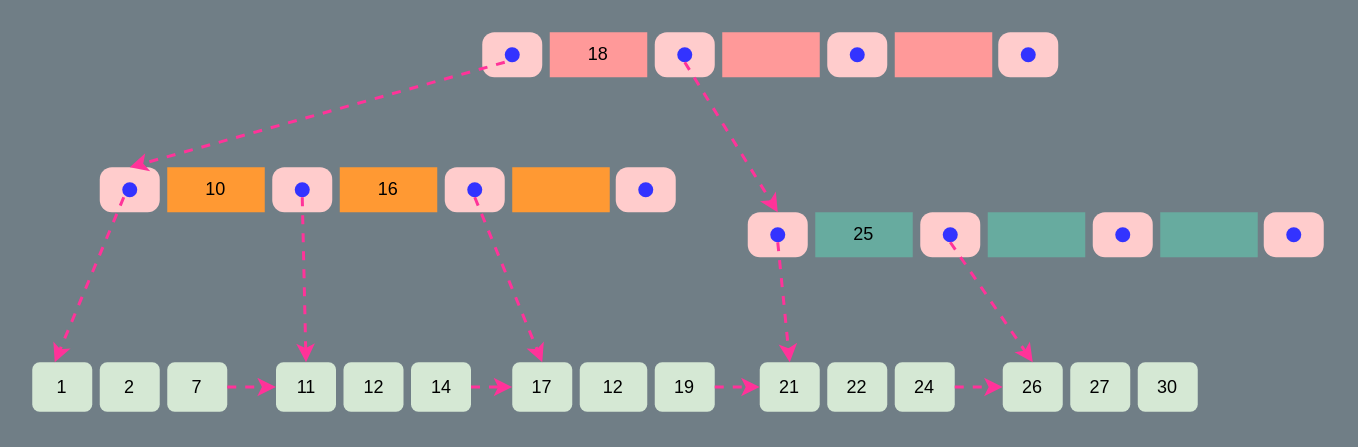
This is bplustree.drawio from happyxhw/drawio, a draw.io file, before an edit. Source tidied: cells renumbered, new cells numbered last; positions are measured from the earlier drawing's top-left corner, leaving out a move shared by most shapes. Both pictures are drawn from the tidied source at 150%, with x=0, y=0 at pixel (32, 32).
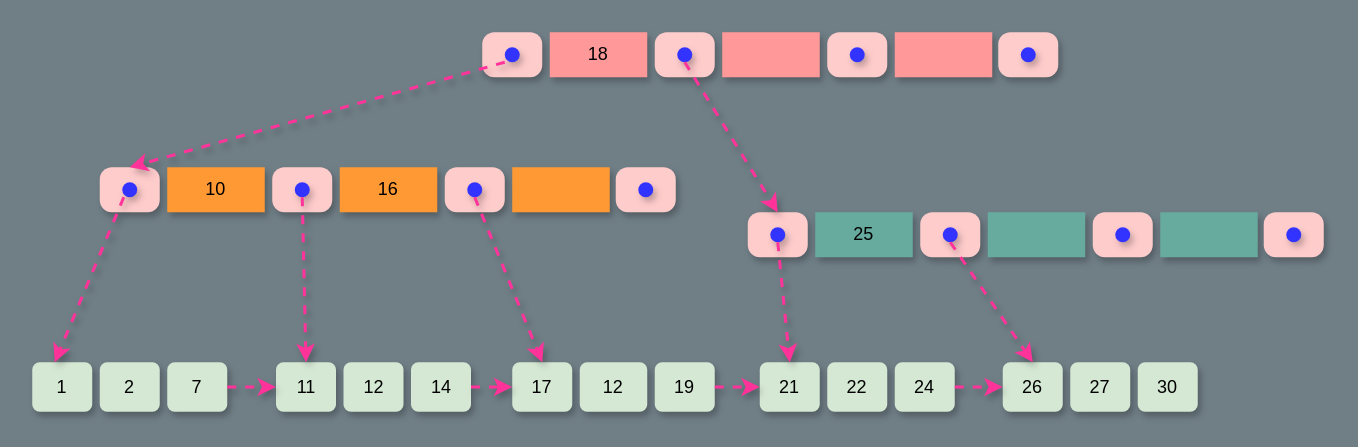
The same diagram, later.

The edit, as a diff of the source:
```diff
@@
-    <mxCell id="2" style="rounded=1;whiteSpace=wrap;html=1;arcSize=27;strokeColor=none;fillColor=#FFCCCC;" parent="1" vertex="1">
+    <mxCell id="2" style="rounded=1;whiteSpace=wrap;html=1;arcSize=27;strokeColor=none;fillColor=#FFCCCC;sketch=0;shadow=1;" parent="1" vertex="1">
       <mxGeometry x="300" width="40" height="30" as="geometry" />
     </mxCell>
-    <mxCell id="3" value="18" style="rounded=0;whiteSpace=wrap;html=1;fillColor=#FF9999;strokeColor=none;" parent="1" vertex="1">
+    <mxCell id="3" value="18" style="rounded=0;whiteSpace=wrap;html=1;fillColor=#FF9999;strokeColor=none;sketch=0;shadow=1;" parent="1" vertex="1">
       <mxGeometry x="345" width="65" height="30" as="geometry" />
     </mxCell>
-    <mxCell id="4" style="ellipse;whiteSpace=wrap;html=1;fillColor=#3333FF;strokeColor=none;" parent="1" vertex="1">
+    <mxCell id="4" style="ellipse;whiteSpace=wrap;html=1;fillColor=#3333FF;strokeColor=none;sketch=0;shadow=1;" parent="1" vertex="1">
       <mxGeometry x="315" y="10" width="10" height="10" as="geometry" />
     </mxCell>
-    <mxCell id="5" style="rounded=1;whiteSpace=wrap;html=1;arcSize=27;strokeColor=none;fillColor=#FFCCCC;" parent="1" vertex="1">
+    <mxCell id="5" style="rounded=1;whiteSpace=wrap;html=1;arcSize=27;strokeColor=none;fillColor=#FFCCCC;sketch=0;shadow=1;" parent="1" vertex="1">
       <mxGeometry x="415" width="40" height="30" as="geometry" />
     </mxCell>
-    <mxCell id="6" style="ellipse;whiteSpace=wrap;html=1;fillColor=#3333FF;strokeColor=none;" parent="1" vertex="1">
+    <mxCell id="6" style="ellipse;whiteSpace=wrap;html=1;fillColor=#3333FF;strokeColor=none;sketch=0;shadow=1;" parent="1" vertex="1">
       <mxGeometry x="430" y="10" width="10" height="10" as="geometry" />
     </mxCell>
-    <mxCell id="7" style="rounded=0;whiteSpace=wrap;html=1;fillColor=#FF9999;strokeColor=none;" parent="1" vertex="1">
+    <mxCell id="7" style="rounded=0;whiteSpace=wrap;html=1;fillColor=#FF9999;strokeColor=none;sketch=0;shadow=1;" parent="1" vertex="1">
       <mxGeometry x="460" width="65" height="30" as="geometry" />
     </mxCell>
-    <mxCell id="8" style="rounded=1;whiteSpace=wrap;html=1;arcSize=27;strokeColor=none;fillColor=#FFCCCC;" parent="1" vertex="1">
+    <mxCell id="8" style="rounded=1;whiteSpace=wrap;html=1;arcSize=27;strokeColor=none;fillColor=#FFCCCC;sketch=0;shadow=1;" parent="1" vertex="1">
       <mxGeometry x="530" width="40" height="30" as="geometry" />
     </mxCell>
-    <mxCell id="9" style="ellipse;whiteSpace=wrap;html=1;fillColor=#3333FF;strokeColor=none;" parent="1" vertex="1">
+    <mxCell id="9" style="ellipse;whiteSpace=wrap;html=1;fillColor=#3333FF;strokeColor=none;sketch=0;shadow=1;" parent="1" vertex="1">
       <mxGeometry x="545" y="10" width="10" height="10" as="geometry" />
     </mxCell>
-    <mxCell id="10" style="rounded=0;whiteSpace=wrap;html=1;fillColor=#FF9999;strokeColor=none;" parent="1" vertex="1">
+    <mxCell id="10" style="rounded=0;whiteSpace=wrap;html=1;fillColor=#FF9999;strokeColor=none;sketch=0;shadow=1;" parent="1" vertex="1">
       <mxGeometry x="575" width="65" height="30" as="geometry" />
     </mxCell>
-    <mxCell id="11" style="rounded=1;whiteSpace=wrap;html=1;arcSize=27;strokeColor=none;fillColor=#FFCCCC;" parent="1" vertex="1">
+    <mxCell id="11" style="rounded=1;whiteSpace=wrap;html=1;arcSize=27;strokeColor=none;fillColor=#FFCCCC;sketch=0;shadow=1;" parent="1" vertex="1">
       <mxGeometry x="644" width="40" height="30" as="geometry" />
     </mxCell>
-    <mxCell id="12" style="ellipse;whiteSpace=wrap;html=1;fillColor=#3333FF;strokeColor=none;" parent="1" vertex="1">
+    <mxCell id="12" style="ellipse;whiteSpace=wrap;html=1;fillColor=#3333FF;strokeColor=none;sketch=0;shadow=1;" parent="1" vertex="1">
       <mxGeometry x="659" y="10" width="10" height="10" as="geometry" />
     </mxCell>
-    <mxCell id="13" style="rounded=1;whiteSpace=wrap;html=1;arcSize=27;strokeColor=none;fillColor=#FFCCCC;" parent="1" vertex="1">
+    <mxCell id="13" style="rounded=1;whiteSpace=wrap;html=1;arcSize=27;strokeColor=none;fillColor=#FFCCCC;sketch=0;shadow=1;" parent="1" vertex="1">
       <mxGeometry x="45" y="90" width="40" height="30" as="geometry" />
     </mxCell>
-    <mxCell id="14" value="10" style="rounded=0;whiteSpace=wrap;html=1;fillColor=#FF9933;strokeColor=none;" parent="1" vertex="1">
+    <mxCell id="14" value="10" style="rounded=0;whiteSpace=wrap;html=1;fillColor=#FF9933;strokeColor=none;sketch=0;shadow=1;" parent="1" vertex="1">
       <mxGeometry x="90" y="90" width="65" height="30" as="geometry" />
     </mxCell>
-    <mxCell id="15" style="ellipse;whiteSpace=wrap;html=1;fillColor=#3333FF;strokeColor=none;" parent="1" vertex="1">
+    <mxCell id="15" style="ellipse;whiteSpace=wrap;html=1;fillColor=#3333FF;strokeColor=none;sketch=0;shadow=1;" parent="1" vertex="1">
       <mxGeometry x="60" y="100" width="10" height="10" as="geometry" />
     </mxCell>
-    <mxCell id="16" style="rounded=1;whiteSpace=wrap;html=1;arcSize=27;strokeColor=none;fillColor=#FFCCCC;" parent="1" vertex="1">
+    <mxCell id="16" style="rounded=1;whiteSpace=wrap;html=1;arcSize=27;strokeColor=none;fillColor=#FFCCCC;sketch=0;shadow=1;" parent="1" vertex="1">
       <mxGeometry x="160" y="90" width="40" height="30" as="geometry" />
     </mxCell>
-    <mxCell id="17" style="ellipse;whiteSpace=wrap;html=1;fillColor=#3333FF;strokeColor=none;" parent="1" vertex="1">
+    <mxCell id="17" style="ellipse;whiteSpace=wrap;html=1;fillColor=#3333FF;strokeColor=none;sketch=0;shadow=1;" parent="1" vertex="1">
       <mxGeometry x="175" y="100" width="10" height="10" as="geometry" />
     </mxCell>
-    <mxCell id="18" value="16" style="rounded=0;whiteSpace=wrap;html=1;fillColor=#FF9933;strokeColor=none;" parent="1" vertex="1">
+    <mxCell id="18" value="16" style="rounded=0;whiteSpace=wrap;html=1;fillColor=#FF9933;strokeColor=none;sketch=0;shadow=1;" parent="1" vertex="1">
       <mxGeometry x="205" y="90" width="65" height="30" as="geometry" />
     </mxCell>
-    <mxCell id="19" style="rounded=1;whiteSpace=wrap;html=1;arcSize=27;strokeColor=none;fillColor=#FFCCCC;" parent="1" vertex="1">
+    <mxCell id="19" style="rounded=1;whiteSpace=wrap;html=1;arcSize=27;strokeColor=none;fillColor=#FFCCCC;sketch=0;shadow=1;" parent="1" vertex="1">
       <mxGeometry x="275" y="90" width="40" height="30" as="geometry" />
     </mxCell>
-    <mxCell id="20" style="ellipse;whiteSpace=wrap;html=1;fillColor=#3333FF;strokeColor=none;" parent="1" vertex="1">
+    <mxCell id="20" style="ellipse;whiteSpace=wrap;html=1;fillColor=#3333FF;strokeColor=none;sketch=0;shadow=1;" parent="1" vertex="1">
       <mxGeometry x="290" y="100" width="10" height="10" as="geometry" />
     </mxCell>
-    <mxCell id="21" style="rounded=0;whiteSpace=wrap;html=1;fillColor=#FF9933;strokeColor=none;sketch=0;" parent="1" vertex="1">
+    <mxCell id="21" style="rounded=0;whiteSpace=wrap;html=1;fillColor=#FF9933;strokeColor=none;sketch=0;shadow=1;" parent="1" vertex="1">
       <mxGeometry x="320" y="90" width="65" height="30" as="geometry" />
     </mxCell>
-    <mxCell id="22" style="rounded=1;whiteSpace=wrap;html=1;arcSize=27;strokeColor=none;fillColor=#FFCCCC;" parent="1" vertex="1">
+    <mxCell id="22" style="rounded=1;whiteSpace=wrap;html=1;arcSize=27;strokeColor=none;fillColor=#FFCCCC;sketch=0;shadow=1;" parent="1" vertex="1">
       <mxGeometry x="389" y="90" width="40" height="30" as="geometry" />
     </mxCell>
-    <mxCell id="23" style="ellipse;whiteSpace=wrap;html=1;fillColor=#3333FF;strokeColor=none;" parent="1" vertex="1">
+    <mxCell id="23" style="ellipse;whiteSpace=wrap;html=1;fillColor=#3333FF;strokeColor=none;sketch=0;shadow=1;" parent="1" vertex="1">
       <mxGeometry x="404" y="100" width="10" height="10" as="geometry" />
     </mxCell>
-    <mxCell id="24" style="rounded=1;whiteSpace=wrap;html=1;arcSize=27;strokeColor=none;fillColor=#FFCCCC;" parent="1" vertex="1">
+    <mxCell id="24" style="rounded=1;whiteSpace=wrap;html=1;arcSize=27;strokeColor=none;fillColor=#FFCCCC;sketch=0;shadow=1;" parent="1" vertex="1">
       <mxGeometry x="477" y="120" width="40" height="30" as="geometry" />
     </mxCell>
-    <mxCell id="25" value="25" style="rounded=0;whiteSpace=wrap;html=1;fillColor=#67AB9F;strokeColor=none;" parent="1" vertex="1">
+    <mxCell id="25" value="25" style="rounded=0;whiteSpace=wrap;html=1;fillColor=#67AB9F;strokeColor=none;sketch=0;shadow=1;" parent="1" vertex="1">
       <mxGeometry x="522" y="120" width="65" height="30" as="geometry" />
     </mxCell>
-    <mxCell id="26" style="ellipse;whiteSpace=wrap;html=1;fillColor=#3333FF;strokeColor=none;" parent="1" vertex="1">
+    <mxCell id="26" style="ellipse;whiteSpace=wrap;html=1;fillColor=#3333FF;strokeColor=none;sketch=0;shadow=1;" parent="1" vertex="1">
       <mxGeometry x="492" y="130" width="10" height="10" as="geometry" />
     </mxCell>
-    <mxCell id="27" style="rounded=1;whiteSpace=wrap;html=1;arcSize=27;strokeColor=none;fillColor=#FFCCCC;" parent="1" vertex="1">
+    <mxCell id="27" style="rounded=1;whiteSpace=wrap;html=1;arcSize=27;strokeColor=none;fillColor=#FFCCCC;sketch=0;shadow=1;" parent="1" vertex="1">
       <mxGeometry x="592" y="120" width="40" height="30" as="geometry" />
     </mxCell>
-    <mxCell id="28" style="ellipse;whiteSpace=wrap;html=1;fillColor=#3333FF;strokeColor=none;" parent="1" vertex="1">
+    <mxCell id="28" style="ellipse;whiteSpace=wrap;html=1;fillColor=#3333FF;strokeColor=none;sketch=0;shadow=1;" parent="1" vertex="1">
       <mxGeometry x="607" y="130" width="10" height="10" as="geometry" />
     </mxCell>
-    <mxCell id="29" style="rounded=0;whiteSpace=wrap;html=1;fillColor=#67AB9F;strokeColor=none;" parent="1" vertex="1">
+    <mxCell id="29" style="rounded=0;whiteSpace=wrap;html=1;fillColor=#67AB9F;strokeColor=none;sketch=0;shadow=1;" parent="1" vertex="1">
       <mxGeometry x="637" y="120" width="65" height="30" as="geometry" />
     </mxCell>
-    <mxCell id="30" style="rounded=1;whiteSpace=wrap;html=1;arcSize=27;strokeColor=none;fillColor=#FFCCCC;" parent="1" vertex="1">
+    <mxCell id="30" style="rounded=1;whiteSpace=wrap;html=1;arcSize=27;strokeColor=none;fillColor=#FFCCCC;sketch=0;shadow=1;" parent="1" vertex="1">
       <mxGeometry x="707" y="120" width="40" height="30" as="geometry" />
     </mxCell>
-    <mxCell id="31" style="ellipse;whiteSpace=wrap;html=1;fillColor=#3333FF;strokeColor=none;" parent="1" vertex="1">
+    <mxCell id="31" style="ellipse;whiteSpace=wrap;html=1;fillColor=#3333FF;strokeColor=none;sketch=0;shadow=1;" parent="1" vertex="1">
       <mxGeometry x="722" y="130" width="10" height="10" as="geometry" />
     </mxCell>
-    <mxCell id="32" style="rounded=0;whiteSpace=wrap;html=1;fillColor=#67AB9F;strokeColor=none;" parent="1" vertex="1">
+    <mxCell id="32" style="rounded=0;whiteSpace=wrap;html=1;fillColor=#67AB9F;strokeColor=none;sketch=0;shadow=1;" parent="1" vertex="1">
       <mxGeometry x="752" y="120" width="65" height="30" as="geometry" />
     </mxCell>
-    <mxCell id="33" style="rounded=1;whiteSpace=wrap;html=1;arcSize=27;strokeColor=none;fillColor=#FFCCCC;" parent="1" vertex="1">
+    <mxCell id="33" style="rounded=1;whiteSpace=wrap;html=1;arcSize=27;strokeColor=none;fillColor=#FFCCCC;sketch=0;shadow=1;" parent="1" vertex="1">
       <mxGeometry x="821" y="120" width="40" height="30" as="geometry" />
     </mxCell>
-    <mxCell id="34" style="ellipse;whiteSpace=wrap;html=1;fillColor=#3333FF;strokeColor=none;" parent="1" vertex="1">
+    <mxCell id="34" style="ellipse;whiteSpace=wrap;html=1;fillColor=#3333FF;strokeColor=none;sketch=0;shadow=1;" parent="1" vertex="1">
       <mxGeometry x="836" y="130" width="10" height="10" as="geometry" />
     </mxCell>
-    <mxCell id="35" value="1" style="rounded=1;whiteSpace=wrap;html=1;fillColor=#D5E8D4;strokeColor=none;shadow=0;comic=0;" parent="1" vertex="1">
+    <mxCell id="35" value="1" style="rounded=1;whiteSpace=wrap;html=1;fillColor=#D5E8D4;strokeColor=none;shadow=1;comic=0;sketch=0;" parent="1" vertex="1">
       <mxGeometry y="220" width="40" height="33" as="geometry" />
     </mxCell>
-    <mxCell id="36" value="2" style="rounded=1;whiteSpace=wrap;html=1;fillColor=#D5E8D4;strokeColor=none;shadow=0;comic=0;" parent="1" vertex="1">
+    <mxCell id="36" value="2" style="rounded=1;whiteSpace=wrap;html=1;fillColor=#D5E8D4;strokeColor=none;shadow=1;comic=0;sketch=0;" parent="1" vertex="1">
       <mxGeometry x="45" y="220" width="40" height="33" as="geometry" />
     </mxCell>
-    <mxCell id="37" value="7" style="rounded=1;whiteSpace=wrap;html=1;fillColor=#D5E8D4;strokeColor=none;shadow=0;comic=0;" parent="1" vertex="1">
+    <mxCell id="37" value="7" style="rounded=1;whiteSpace=wrap;html=1;fillColor=#D5E8D4;strokeColor=none;shadow=1;comic=0;sketch=0;" parent="1" vertex="1">
       <mxGeometry x="90" y="220" width="40" height="33" as="geometry" />
     </mxCell>
-    <mxCell id="38" value="11" style="rounded=1;whiteSpace=wrap;html=1;fillColor=#D5E8D4;strokeColor=none;shadow=0;comic=0;" parent="1" vertex="1">
+    <mxCell id="38" value="11" style="rounded=1;whiteSpace=wrap;html=1;fillColor=#D5E8D4;strokeColor=none;shadow=1;comic=0;sketch=0;" parent="1" vertex="1">
       <mxGeometry x="162.5" y="220" width="40" height="33" as="geometry" />
     </mxCell>
-    <mxCell id="39" value="12" style="rounded=1;whiteSpace=wrap;html=1;fillColor=#D5E8D4;strokeColor=none;shadow=0;comic=0;" parent="1" vertex="1">
+    <mxCell id="39" value="12" style="rounded=1;whiteSpace=wrap;html=1;fillColor=#D5E8D4;strokeColor=none;shadow=1;comic=0;sketch=0;" parent="1" vertex="1">
       <mxGeometry x="207.5" y="220" width="40" height="33" as="geometry" />
     </mxCell>
-    <mxCell id="40" value="14" style="rounded=1;whiteSpace=wrap;html=1;fillColor=#D5E8D4;strokeColor=none;shadow=0;comic=0;" parent="1" vertex="1">
+    <mxCell id="40" value="14" style="rounded=1;whiteSpace=wrap;html=1;fillColor=#D5E8D4;strokeColor=none;shadow=1;comic=0;sketch=0;" parent="1" vertex="1">
       <mxGeometry x="252.5" y="220" width="40" height="33" as="geometry" />
     </mxCell>
-    <mxCell id="41" value="17" style="rounded=1;whiteSpace=wrap;html=1;fillColor=#D5E8D4;strokeColor=none;shadow=0;comic=0;" parent="1" vertex="1">
+    <mxCell id="41" value="17" style="rounded=1;whiteSpace=wrap;html=1;fillColor=#D5E8D4;strokeColor=none;shadow=1;comic=0;sketch=0;" parent="1" vertex="1">
       <mxGeometry x="320" y="220" width="40" height="33" as="geometry" />
     </mxCell>
-    <mxCell id="42" value="12" style="rounded=1;whiteSpace=wrap;html=1;fillColor=#D5E8D4;strokeColor=none;shadow=0;comic=0;" parent="1" vertex="1">
+    <mxCell id="42" value="12" style="rounded=1;whiteSpace=wrap;html=1;fillColor=#D5E8D4;strokeColor=none;shadow=1;comic=0;sketch=0;" parent="1" vertex="1">
       <mxGeometry x="365" y="220" width="45" height="33" as="geometry" />
     </mxCell>
-    <mxCell id="43" value="19" style="rounded=1;whiteSpace=wrap;html=1;fillColor=#D5E8D4;strokeColor=none;shadow=0;comic=0;" parent="1" vertex="1">
+    <mxCell id="43" value="19" style="rounded=1;whiteSpace=wrap;html=1;fillColor=#D5E8D4;strokeColor=none;shadow=1;comic=0;sketch=0;" parent="1" vertex="1">
       <mxGeometry x="415" y="220" width="40" height="33" as="geometry" />
     </mxCell>
-    <mxCell id="44" value="21" style="rounded=1;whiteSpace=wrap;html=1;fillColor=#D5E8D4;strokeColor=none;shadow=0;comic=0;" parent="1" vertex="1">
+    <mxCell id="44" value="21" style="rounded=1;whiteSpace=wrap;html=1;fillColor=#D5E8D4;strokeColor=none;shadow=1;comic=0;sketch=0;" parent="1" vertex="1">
       <mxGeometry x="485" y="220" width="40" height="33" as="geometry" />
     </mxCell>
-    <mxCell id="45" value="22" style="rounded=1;whiteSpace=wrap;html=1;fillColor=#D5E8D4;strokeColor=none;shadow=0;comic=0;" parent="1" vertex="1">
+    <mxCell id="45" value="22" style="rounded=1;whiteSpace=wrap;html=1;fillColor=#D5E8D4;strokeColor=none;shadow=1;comic=0;sketch=0;" parent="1" vertex="1">
       <mxGeometry x="530" y="220" width="40" height="33" as="geometry" />
     </mxCell>
-    <mxCell id="46" value="24" style="rounded=1;whiteSpace=wrap;html=1;fillColor=#D5E8D4;strokeColor=none;shadow=0;comic=0;" parent="1" vertex="1">
+    <mxCell id="46" value="24" style="rounded=1;whiteSpace=wrap;html=1;fillColor=#D5E8D4;strokeColor=none;shadow=1;comic=0;sketch=0;" parent="1" vertex="1">
       <mxGeometry x="575" y="220" width="40" height="33" as="geometry" />
     </mxCell>
-    <mxCell id="47" value="26" style="rounded=1;whiteSpace=wrap;html=1;fillColor=#D5E8D4;strokeColor=none;shadow=0;comic=0;" parent="1" vertex="1">
+    <mxCell id="47" value="26" style="rounded=1;whiteSpace=wrap;html=1;fillColor=#D5E8D4;strokeColor=none;shadow=1;comic=0;sketch=0;" parent="1" vertex="1">
       <mxGeometry x="647" y="220" width="40" height="33" as="geometry" />
     </mxCell>
-    <mxCell id="48" value="27" style="rounded=1;whiteSpace=wrap;html=1;fillColor=#D5E8D4;strokeColor=none;shadow=0;comic=0;" parent="1" vertex="1">
+    <mxCell id="48" value="27" style="rounded=1;whiteSpace=wrap;html=1;fillColor=#D5E8D4;strokeColor=none;shadow=1;comic=0;sketch=0;" parent="1" vertex="1">
       <mxGeometry x="692" y="220" width="40" height="33" as="geometry" />
     </mxCell>
-    <mxCell id="49" value="30" style="rounded=1;whiteSpace=wrap;html=1;fillColor=#D5E8D4;strokeColor=none;shadow=0;comic=0;" parent="1" vertex="1">
+    <mxCell id="49" value="30" style="rounded=1;whiteSpace=wrap;html=1;fillColor=#D5E8D4;strokeColor=none;shadow=1;comic=0;sketch=0;" parent="1" vertex="1">
       <mxGeometry x="737" y="220" width="40" height="33" as="geometry" />
     </mxCell>
-    <mxCell id="50" style="endArrow=classic;dashed=1;html=1;entryX=0.5;entryY=0;entryDx=0;entryDy=0;rounded=0;strokeWidth=2;strokeColor=#FF3399;endFill=1;" parent="1" edge="1">
+    <mxCell id="50" style="endArrow=classic;dashed=1;html=1;entryX=0.5;entryY=0;entryDx=0;entryDy=0;rounded=0;strokeWidth=2;strokeColor=#FF3399;endFill=1;sketch=0;shadow=1;" parent="1" edge="1">
       <mxGeometry relative="1" as="geometry">
         <mxPoint x="61" y="110" as="sourcePoint" />
         <mxPoint x="15" y="220" as="targetPoint" />
       </mxGeometry>
     </mxCell>
-    <mxCell id="51" style="endArrow=classic;dashed=1;html=1;rounded=0;strokeWidth=2;strokeColor=#FF3399;endFill=1;entryX=0.5;entryY=0;entryDx=0;entryDy=0;" parent="1" edge="1" target="13">
+    <mxCell id="51" style="endArrow=classic;dashed=1;html=1;rounded=0;strokeWidth=2;strokeColor=#FF3399;endFill=1;entryX=0.5;entryY=0;entryDx=0;entryDy=0;sketch=0;shadow=1;" parent="1" edge="1" target="13">
       <mxGeometry relative="1" as="geometry">
         <mxPoint x="315" y="20" as="sourcePoint" />
       </mxGeometry>
     </mxCell>
-    <mxCell id="52" style="endArrow=classic;dashed=1;html=1;entryX=0.5;entryY=0;entryDx=0;entryDy=0;rounded=0;strokeWidth=2;strokeColor=#FF3399;endFill=1;exitX=0.5;exitY=1;exitDx=0;exitDy=0;" parent="1" edge="1" source="6" target="24">
+    <mxCell id="52" style="endArrow=classic;dashed=1;html=1;entryX=0.5;entryY=0;entryDx=0;entryDy=0;rounded=0;strokeWidth=2;strokeColor=#FF3399;endFill=1;exitX=0.5;exitY=1;exitDx=0;exitDy=0;sketch=0;shadow=1;" parent="1" edge="1" source="6" target="24">
       <mxGeometry relative="1" as="geometry" />
     </mxCell>
-    <mxCell id="53" style="endArrow=classic;dashed=1;html=1;entryX=0.5;entryY=0;entryDx=0;entryDy=0;rounded=0;strokeWidth=2;strokeColor=#FF3399;endFill=1;exitX=0.5;exitY=1;exitDx=0;exitDy=0;" parent="1" edge="1" source="17" target="38">
+    <mxCell id="53" style="endArrow=classic;dashed=1;html=1;entryX=0.5;entryY=0;entryDx=0;entryDy=0;rounded=0;strokeWidth=2;strokeColor=#FF3399;endFill=1;exitX=0.5;exitY=1;exitDx=0;exitDy=0;sketch=0;shadow=1;" parent="1" edge="1" source="17" target="38">
       <mxGeometry relative="1" as="geometry" />
     </mxCell>
-    <mxCell id="54" style="endArrow=classic;dashed=1;html=1;entryX=0.5;entryY=0;entryDx=0;entryDy=0;rounded=0;strokeWidth=2;strokeColor=#FF3399;endFill=1;" parent="1" edge="1" target="41">
+    <mxCell id="54" style="endArrow=classic;dashed=1;html=1;entryX=0.5;entryY=0;entryDx=0;entryDy=0;rounded=0;strokeWidth=2;strokeColor=#FF3399;endFill=1;sketch=0;shadow=1;" parent="1" edge="1" target="41">
       <mxGeometry relative="1" as="geometry">
         <mxPoint x="295" y="110" as="sourcePoint" />
       </mxGeometry>
     </mxCell>
-    <mxCell id="55" style="endArrow=classic;dashed=1;html=1;entryX=0.5;entryY=0;entryDx=0;entryDy=0;rounded=0;strokeWidth=2;strokeColor=#FF3399;endFill=1;exitX=0.5;exitY=1;exitDx=0;exitDy=0;" parent="1" edge="1" source="26" target="44">
+    <mxCell id="55" style="endArrow=classic;dashed=1;html=1;entryX=0.5;entryY=0;entryDx=0;entryDy=0;rounded=0;strokeWidth=2;strokeColor=#FF3399;endFill=1;exitX=0.5;exitY=1;exitDx=0;exitDy=0;sketch=0;shadow=1;" parent="1" edge="1" source="26" target="44">
       <mxGeometry relative="1" as="geometry" />
     </mxCell>
-    <mxCell id="56" style="endArrow=classic;dashed=1;html=1;entryX=0.5;entryY=0;entryDx=0;entryDy=0;rounded=0;strokeWidth=2;strokeColor=#FF3399;endFill=1;exitX=0.5;exitY=1;exitDx=0;exitDy=0;" parent="1" edge="1" source="28" target="47">
+    <mxCell id="56" style="endArrow=classic;dashed=1;html=1;entryX=0.5;entryY=0;entryDx=0;entryDy=0;rounded=0;strokeWidth=2;strokeColor=#FF3399;endFill=1;exitX=0.5;exitY=1;exitDx=0;exitDy=0;sketch=0;shadow=1;" parent="1" edge="1" source="28" target="47">
       <mxGeometry relative="1" as="geometry" />
     </mxCell>
-    <mxCell id="57" style="endArrow=classic;dashed=1;html=1;entryX=0;entryY=0.5;entryDx=0;entryDy=0;rounded=0;strokeWidth=2;strokeColor=#FF3399;endFill=1;exitX=1;exitY=0.5;exitDx=0;exitDy=0;shadow=0;comic=0;" parent="1" edge="1" source="37" target="38">
+    <mxCell id="57" style="endArrow=classic;dashed=1;html=1;entryX=0;entryY=0.5;entryDx=0;entryDy=0;rounded=0;strokeWidth=2;strokeColor=#FF3399;endFill=1;exitX=1;exitY=0.5;exitDx=0;exitDy=0;shadow=1;comic=0;sketch=0;" parent="1" edge="1" source="37" target="38">
       <mxGeometry relative="1" as="geometry" />
     </mxCell>
-    <mxCell id="58" style="endArrow=classic;dashed=1;html=1;entryX=0;entryY=0.5;entryDx=0;entryDy=0;rounded=0;strokeWidth=2;strokeColor=#FF3399;endFill=1;exitX=1;exitY=0.5;exitDx=0;exitDy=0;shadow=0;comic=0;" parent="1" edge="1" source="40" target="41">
+    <mxCell id="58" style="endArrow=classic;dashed=1;html=1;entryX=0;entryY=0.5;entryDx=0;entryDy=0;rounded=0;strokeWidth=2;strokeColor=#FF3399;endFill=1;exitX=1;exitY=0.5;exitDx=0;exitDy=0;shadow=1;comic=0;sketch=0;" parent="1" edge="1" source="40" target="41">
       <mxGeometry relative="1" as="geometry" />
     </mxCell>
-    <mxCell id="59" style="endArrow=classic;dashed=1;html=1;entryX=0;entryY=0.5;entryDx=0;entryDy=0;rounded=0;strokeWidth=2;strokeColor=#FF3399;endFill=1;exitX=1;exitY=0.5;exitDx=0;exitDy=0;shadow=0;comic=0;" parent="1" edge="1" source="43" target="44">
+    <mxCell id="59" style="endArrow=classic;dashed=1;html=1;entryX=0;entryY=0.5;entryDx=0;entryDy=0;rounded=0;strokeWidth=2;strokeColor=#FF3399;endFill=1;exitX=1;exitY=0.5;exitDx=0;exitDy=0;shadow=1;comic=0;sketch=0;" parent="1" edge="1" source="43" target="44">
       <mxGeometry relative="1" as="geometry" />
     </mxCell>
-    <mxCell id="60" style="endArrow=classic;dashed=1;html=1;entryX=0;entryY=0.5;entryDx=0;entryDy=0;rounded=0;strokeWidth=2;strokeColor=#FF3399;endFill=1;exitX=1;exitY=0.5;exitDx=0;exitDy=0;shadow=0;comic=0;" parent="1" edge="1" source="46" target="47">
+    <mxCell id="60" style="endArrow=classic;dashed=1;html=1;entryX=0;entryY=0.5;entryDx=0;entryDy=0;rounded=0;strokeWidth=2;strokeColor=#FF3399;endFill=1;exitX=1;exitY=0.5;exitDx=0;exitDy=0;shadow=1;comic=0;sketch=0;" parent="1" edge="1" source="46" target="47">
       <mxGeometry relative="1" as="geometry" />
     </mxCell>
```
